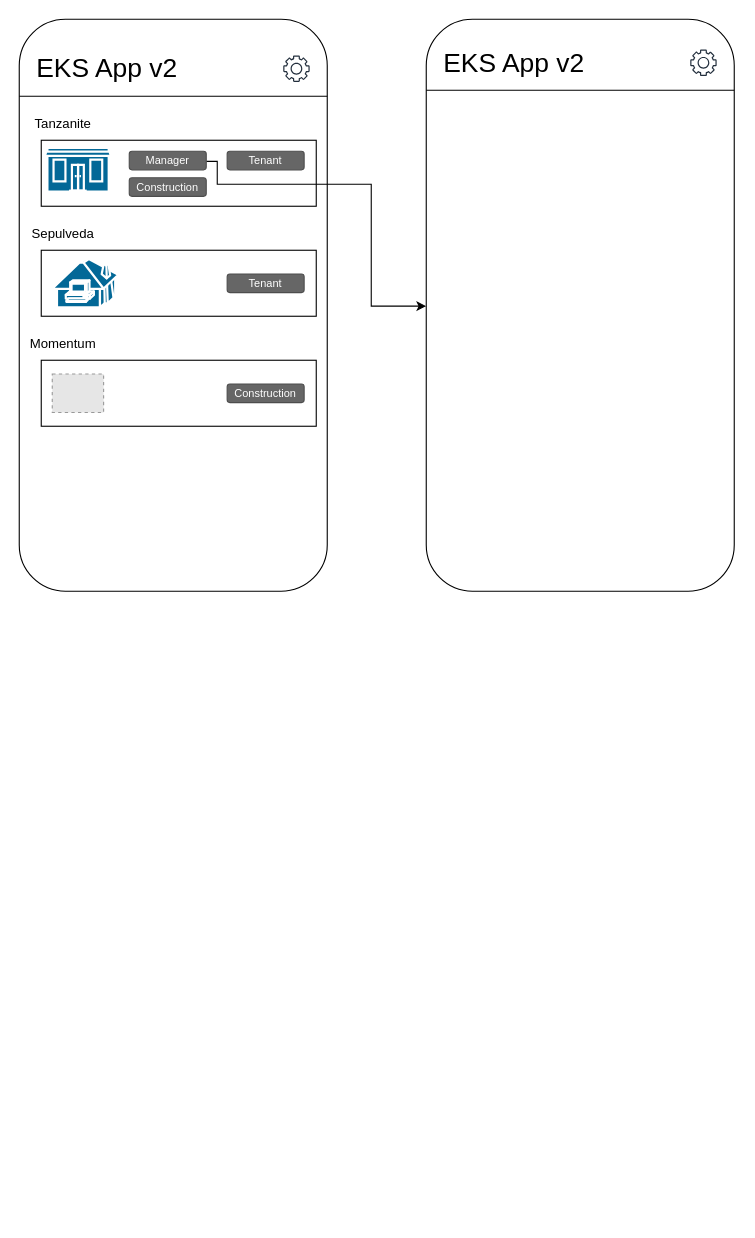
Earlier version of the draw.io diagram EKS System v2 .drawio (kevin3747118/ALZK). Source tidied: cells renumbered, new cells numbered last; positions are measured from the earlier drawing's top-left corner, leaving out a move shared by most shapes. Both pictures are drawn from the tidied source at 110%, with x=0, y=0 at pixel (19, 19). Pictures stored in the file or linked from it are replaced by grey dashed boxes.
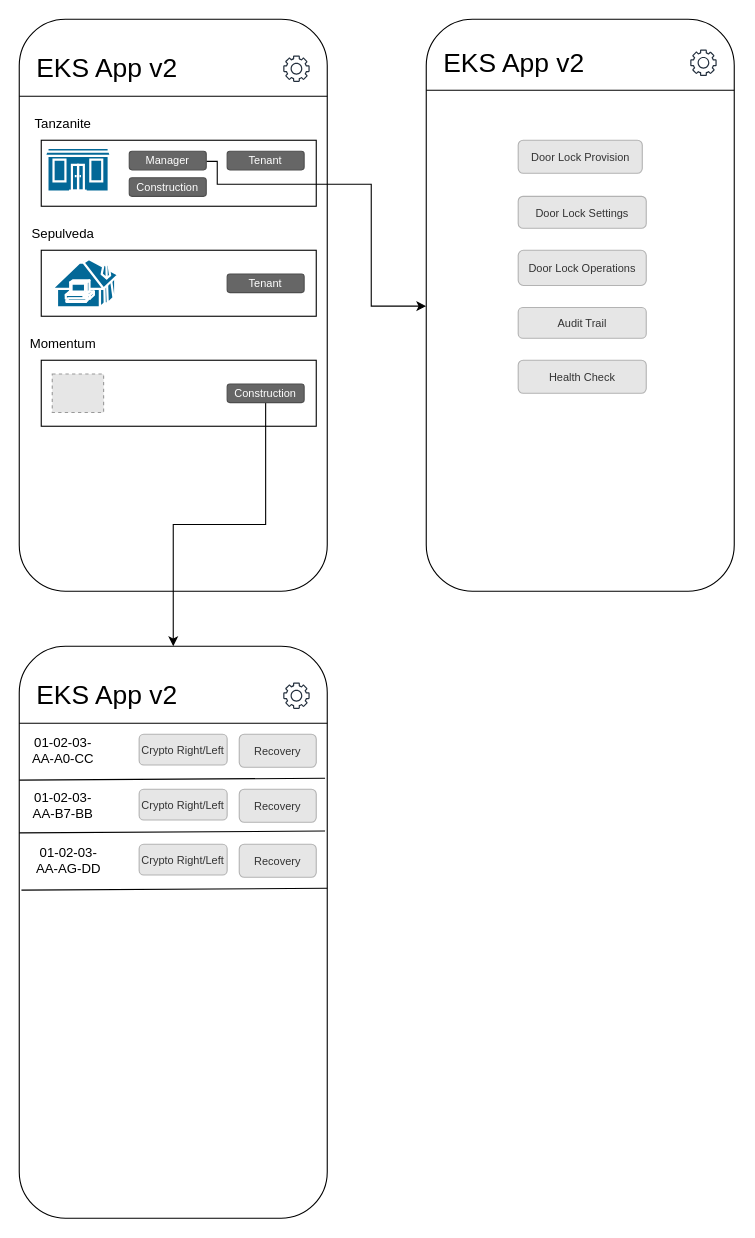
The same page after the edit.

Unchanged cells that the change refers to:
```xml
<mxCell id="20" value="Construction" style="rounded=1;html=1;shadow=0;dashed=0;whiteSpace=wrap;fontSize=10;fillColor=#666666;align=center;strokeColor=#4D4D4D;fontColor=#ffffff;" parent="1" vertex="1">
  <mxGeometry x="189" y="331.6" width="70" height="16.9" as="geometry" />
</mxCell>
```

What changed in the source:
```diff
@@
+    <mxCell id="25" style="edgeStyle=orthogonalEdgeStyle;rounded=0;jettySize=auto;html=1;exitX=0.5;exitY=1;exitDx=0;exitDy=0;entryX=0.5;entryY=0;entryDx=0;entryDy=0;" parent="1" edge="1" source="20" target="31">
+      <mxGeometry relative="1" as="geometry" />
+    </mxCell>
@@
+    <mxCell id="26" value="Door Lock Provision" style="rounded=1;html=1;shadow=0;dashed=0;whiteSpace=wrap;fontSize=10;fillColor=#E6E6E6;align=center;strokeColor=#B3B3B3;fontColor=#333333;" parent="1" vertex="1">
+      <mxGeometry x="453.6" y="110" width="112.8" height="30" as="geometry" />
+    </mxCell>
+    <mxCell id="27" value="Door Lock Settings" style="rounded=1;html=1;shadow=0;dashed=0;whiteSpace=wrap;fontSize=10;fillColor=#E6E6E6;align=center;strokeColor=#B3B3B3;fontColor=#333333;" parent="1" vertex="1">
+      <mxGeometry x="453.6" y="161" width="116.4" height="29" as="geometry" />
+    </mxCell>
+    <mxCell id="28" value="Door Lock Operations" style="rounded=1;html=1;shadow=0;dashed=0;whiteSpace=wrap;fontSize=10;fillColor=#E6E6E6;align=center;strokeColor=#B3B3B3;fontColor=#333333;" parent="1" vertex="1">
+      <mxGeometry x="453.6" y="210" width="116.4" height="32" as="geometry" />
+    </mxCell>
+    <mxCell id="29" value="Audit Trail" style="rounded=1;html=1;shadow=0;dashed=0;whiteSpace=wrap;fontSize=10;fillColor=#E6E6E6;align=center;strokeColor=#B3B3B3;fontColor=#333333;" parent="1" vertex="1">
+      <mxGeometry x="453.6" y="262" width="116.4" height="28" as="geometry" />
+    </mxCell>
+    <mxCell id="30" value="Health Check" style="rounded=1;html=1;shadow=0;dashed=0;whiteSpace=wrap;fontSize=10;fillColor=#E6E6E6;align=center;strokeColor=#B3B3B3;fontColor=#333333;" parent="1" vertex="1">
+      <mxGeometry x="453.6" y="310" width="116.4" height="30" as="geometry" />
+    </mxCell>
+    <mxCell id="31" style="rounded=1;whiteSpace=wrap;html=1;" parent="1" vertex="1">
+      <mxGeometry y="570" width="280" height="520" as="geometry" />
+    </mxCell>
+    <mxCell id="32" style="endArrow=none;html=1;rounded=0;" parent="1" edge="1">
+      <mxGeometry relative="1" as="geometry">
+        <mxPoint y="640" as="sourcePoint" />
+        <mxPoint x="280" y="640" as="targetPoint" />
+      </mxGeometry>
+    </mxCell>
+    <mxCell id="33" value="&lt;font style=&quot;font-size: 24px;&quot;&gt;EKS App v2&lt;/font&gt;" style="text;html=1;strokeColor=none;fillColor=none;align=center;verticalAlign=middle;whiteSpace=wrap;rounded=0;" parent="1" vertex="1">
+      <mxGeometry x="10" y="600" width="140" height="30" as="geometry" />
+    </mxCell>
+    <mxCell id="34" style="sketch=0;fontColor=#232F3E;gradientColor=none;fillColor=#232F3D;strokeColor=none;dashed=0;verticalLabelPosition=bottom;verticalAlign=top;align=center;html=1;fontSize=12;fontStyle=0;shape=mxgraph.aws4.gear;" parent="1" vertex="1">
+      <mxGeometry x="240" y="603" width="24" height="24" as="geometry" />
+    </mxCell>
+    <mxCell id="35" value="Crypto Right/Left" style="rounded=1;html=1;shadow=0;dashed=0;whiteSpace=wrap;fontSize=10;fillColor=#E6E6E6;align=center;strokeColor=#B3B3B3;fontColor=#333333;" parent="1" vertex="1">
+      <mxGeometry x="109" y="650" width="80" height="28" as="geometry" />
+    </mxCell>
+    <mxCell id="36" value="Recovery" style="rounded=1;html=1;shadow=0;dashed=0;whiteSpace=wrap;fontSize=10;fillColor=#E6E6E6;align=center;strokeColor=#B3B3B3;fontColor=#333333;" parent="1" vertex="1">
+      <mxGeometry x="200" y="650" width="70" height="30" as="geometry" />
+    </mxCell>
+    <mxCell id="37" style="endArrow=none;html=1;rounded=0;entryX=0.993;entryY=0.266;entryDx=0;entryDy=0;entryPerimeter=0;" parent="1" edge="1">
+      <mxGeometry relative="1" as="geometry">
+        <mxPoint y="691.7" as="sourcePoint" />
+        <mxPoint x="278" y="690" as="targetPoint" />
+      </mxGeometry>
+    </mxCell>
+    <mxCell id="38" style="endArrow=none;html=1;rounded=0;entryX=0.993;entryY=0.266;entryDx=0;entryDy=0;entryPerimeter=0;" parent="1" edge="1">
+      <mxGeometry relative="1" as="geometry">
+        <mxPoint y="739.7" as="sourcePoint" />
+        <mxPoint x="278" y="738" as="targetPoint" />
+      </mxGeometry>
+    </mxCell>
+    <mxCell id="39" style="endArrow=none;html=1;rounded=0;entryX=0.993;entryY=0.266;entryDx=0;entryDy=0;entryPerimeter=0;" parent="1" edge="1">
+      <mxGeometry relative="1" as="geometry">
+        <mxPoint x="2" y="791.7" as="sourcePoint" />
+        <mxPoint x="280" y="790" as="targetPoint" />
+      </mxGeometry>
+    </mxCell>
+    <mxCell id="40" value="Crypto Right/Left" style="rounded=1;html=1;shadow=0;dashed=0;whiteSpace=wrap;fontSize=10;fillColor=#E6E6E6;align=center;strokeColor=#B3B3B3;fontColor=#333333;" parent="1" vertex="1">
+      <mxGeometry x="109" y="700" width="80" height="28" as="geometry" />
+    </mxCell>
+    <mxCell id="41" value="Recovery" style="rounded=1;html=1;shadow=0;dashed=0;whiteSpace=wrap;fontSize=10;fillColor=#E6E6E6;align=center;strokeColor=#B3B3B3;fontColor=#333333;" parent="1" vertex="1">
+      <mxGeometry x="200" y="700" width="70" height="30" as="geometry" />
+    </mxCell>
+    <mxCell id="42" value="Crypto Right/Left" style="rounded=1;html=1;shadow=0;dashed=0;whiteSpace=wrap;fontSize=10;fillColor=#E6E6E6;align=center;strokeColor=#B3B3B3;fontColor=#333333;" parent="1" vertex="1">
+      <mxGeometry x="109" y="750" width="80" height="28" as="geometry" />
+    </mxCell>
+    <mxCell id="43" value="Recovery" style="rounded=1;html=1;shadow=0;dashed=0;whiteSpace=wrap;fontSize=10;fillColor=#E6E6E6;align=center;strokeColor=#B3B3B3;fontColor=#333333;" parent="1" vertex="1">
+      <mxGeometry x="200" y="750" width="70" height="30" as="geometry" />
+    </mxCell>
+    <mxCell id="44" value="01-02-03-AA-A0-CC" style="text;html=1;strokeColor=none;fillColor=none;align=center;verticalAlign=middle;whiteSpace=wrap;rounded=0;" parent="1" vertex="1">
+      <mxGeometry x="10" y="650" width="60" height="30" as="geometry" />
+    </mxCell>
+    <mxCell id="45" value="01-02-03-AA-B7-BB" style="text;html=1;strokeColor=none;fillColor=none;align=center;verticalAlign=middle;whiteSpace=wrap;rounded=0;" parent="1" vertex="1">
+      <mxGeometry x="10" y="700" width="60" height="30" as="geometry" />
+    </mxCell>
+    <mxCell id="46" value="01-02-03-AA-AG-DD" style="text;html=1;strokeColor=none;fillColor=none;align=center;verticalAlign=middle;whiteSpace=wrap;rounded=0;" parent="1" vertex="1">
+      <mxGeometry x="10" y="750" width="70" height="30" as="geometry" />
+    </mxCell>
```
